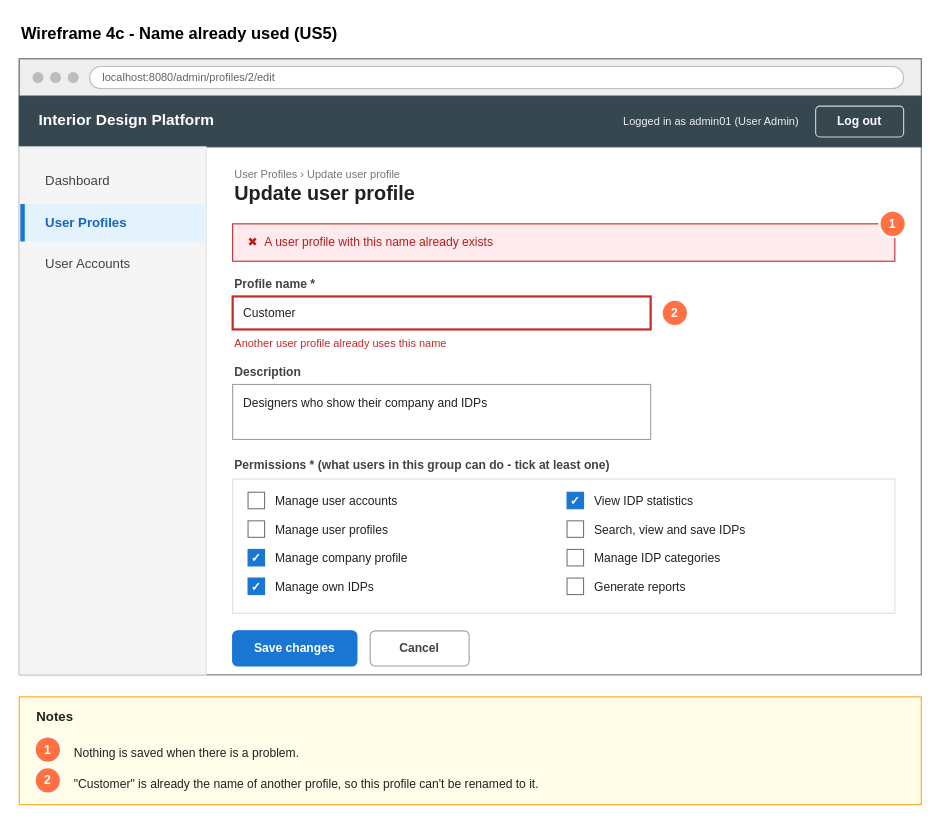
This is page "4c Wireframe - Update form error" (4 of 7) of Sprint_1/US5 - Update user profile/US5 Update user profile.drawio from Hanzxc/CSIT314-ARCHSS, a draw.io file, before an edit. Source tidied: cells renumbered, new cells numbered last; positions are measured from the earlier drawing's top-left corner, leaving out a move shared by most shapes. Both pictures are drawn from the tidied source at 110%, with x=0, y=0 at pixel (19, 19).
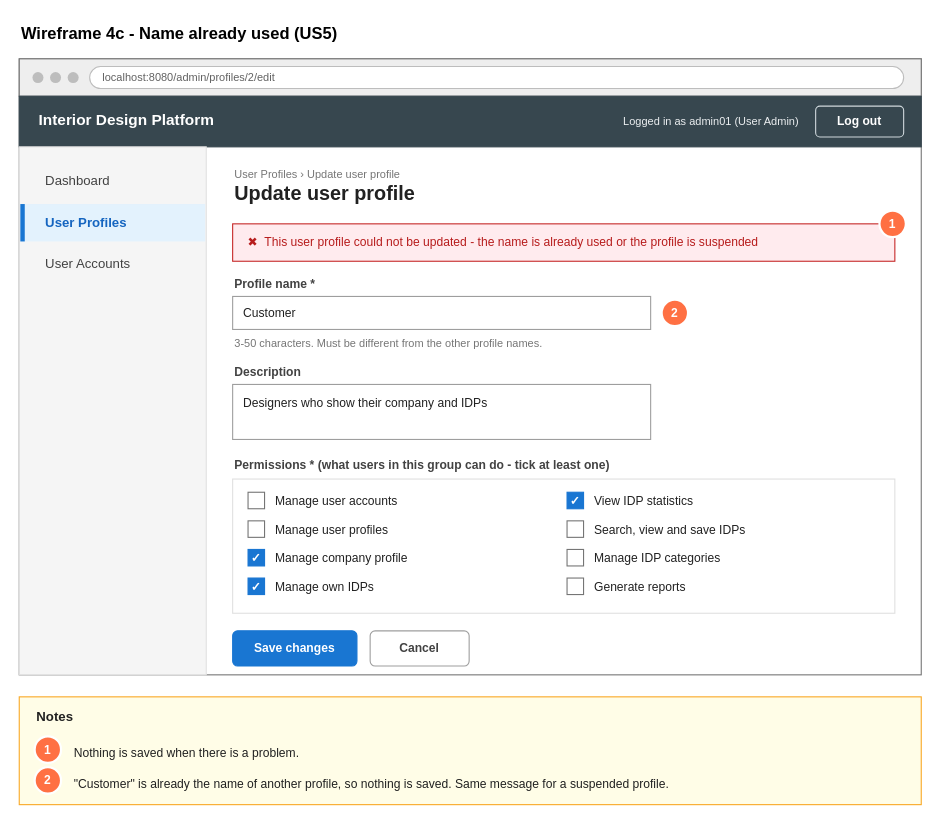
Above is the later version.

What changed in the source:
```diff
@@
-    <mxCell id="21" value="✖&amp;nbsp;&amp;nbsp;A user profile with this name already exists" style="rounded=0;whiteSpace=wrap;html=1;fillColor=#FFEBEE;strokeColor=#C62828;fontSize=11;fontColor=#B71C1C;align=left;spacingLeft=12;" parent="1" vertex="1">
+    <mxCell id="21" value="✖&amp;nbsp;&amp;nbsp;This user profile could not be updated - the name is already used or the profile is suspended" style="rounded=0;whiteSpace=wrap;html=1;fillColor=#FFEBEE;strokeColor=#C62828;fontSize=11;fontColor=#B71C1C;align=left;spacingLeft=12;" parent="1" vertex="1">
       <mxGeometry x="194" y="186" width="602" height="34" as="geometry" />
     </mxCell>
@@
-    <mxCell id="23" value="Customer" style="rounded=0;whiteSpace=wrap;html=1;fillColor=#FFFFFF;strokeColor=#C62828;fontSize=11;fontColor=#212121;align=left;spacingLeft=8;spacingRight=8;strokeWidth=2;" parent="1" vertex="1">
+    <mxCell id="23" value="Customer" style="rounded=0;whiteSpace=wrap;html=1;fillColor=#FFFFFF;strokeColor=#9E9E9E;fontSize=11;fontColor=#212121;align=left;spacingLeft=8;spacingRight=8;" parent="1" vertex="1">
       <mxGeometry x="194" y="252" width="380" height="30" as="geometry" />
     </mxCell>
-    <mxCell id="24" value="Another user profile already uses this name" style="text;html=1;strokeColor=none;fillColor=none;align=left;verticalAlign=middle;whiteSpace=nowrap;fontSize=10;fontColor=#C62828;spacingLeft=0;spacingRight=0;" parent="1" vertex="1">
-      <mxGeometry x="194" y="285" width="217" height="18" as="geometry" />
+    <mxCell id="24" value="3-50 characters. Must be different from the other profile names." style="text;html=1;strokeColor=none;fillColor=none;align=left;verticalAlign=middle;whiteSpace=nowrap;fontSize=10;fontColor=#757575;spacingLeft=0;spacingRight=0;" parent="1" vertex="1">
+      <mxGeometry x="194" y="285" width="310" height="18" as="geometry" />
     </mxCell>
@@
-    <mxCell id="54" value="&quot;Customer&quot; is already the name of another profile, so this profile can't be renamed to it." style="text;html=1;strokeColor=none;fillColor=none;align=left;verticalAlign=top;whiteSpace=wrap;fontSize=11;fontColor=#212121;spacingLeft=0;spacingRight=0;" parent="1" vertex="1">
+    <mxCell id="54" value="&quot;Customer&quot; is already the name of another profile, so nothing is saved. Same message for a suspended profile." style="text;html=1;strokeColor=none;fillColor=none;align=left;verticalAlign=top;whiteSpace=wrap;fontSize=11;fontColor=#212121;spacingLeft=0;spacingRight=0;" parent="1" vertex="1">
       <mxGeometry x="48" y="682" width="756" height="20" as="geometry" />
     </mxCell>
```
